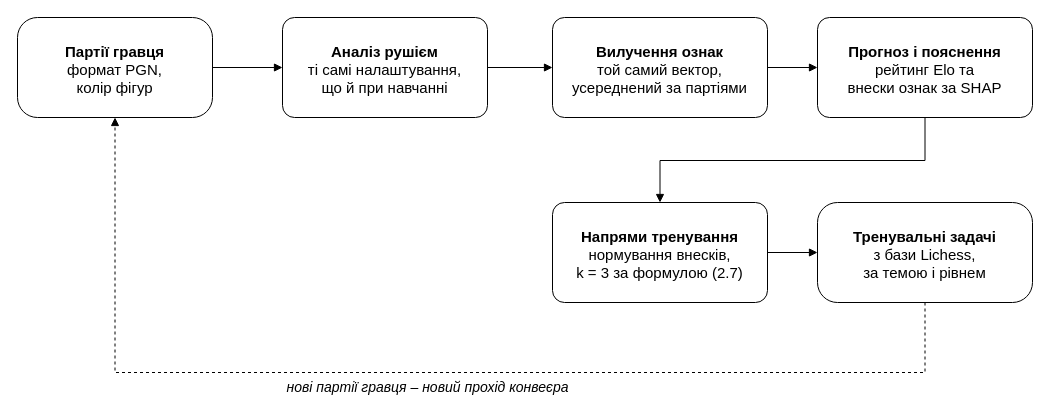
Above: results/fig_pipeline_run.drawio in Onemorelight20/chess-coach-thesis (draw.io), before the change. Source tidied: cells renumbered, new cells numbered last; positions are measured from the earlier drawing's top-left corner, leaving out a move shared by most shapes. Both pictures are drawn from the tidied source at 100%, with x=0, y=0 at pixel (17, 17).
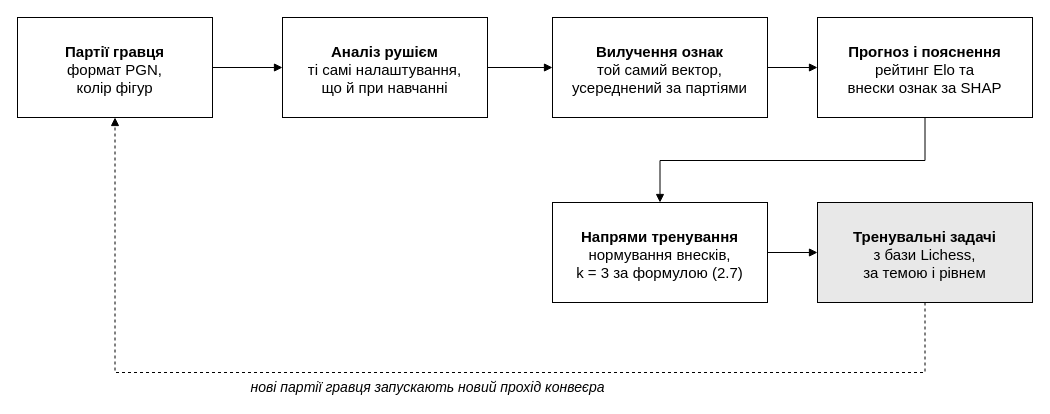
After the change.

Change to the diagram source:
```diff
@@
 <mxGraphModel background="#FFFFFF">
   <root>
     <mxCell id="0" />
     <mxCell id="1" parent="0" />
-    <mxCell id="2" value="&lt;b&gt;Партії гравця&lt;/b&gt;&lt;br&gt;формат PGN,&lt;br&gt;колір фігур" style="rounded=1;arcSize=20;whiteSpace=wrap;html=1;fillColor=#FFFFFF;strokeColor=#000000;fontColor=#000000;fontSize=15;spacingTop=4;" parent="1" vertex="1">
+    <mxCell id="2" value="&lt;b&gt;Партії гравця&lt;/b&gt;&lt;br&gt;формат PGN,&lt;br&gt;колір фігур" style="rounded=0;whiteSpace=wrap;html=1;fillColor=#FFFFFF;strokeColor=#000000;fontColor=#000000;fontSize=15;spacingTop=4;" parent="1" vertex="1">
       <mxGeometry width="195" height="100" as="geometry" />
     </mxCell>
-    <mxCell id="3" value="&lt;b&gt;Аналіз рушієм&lt;/b&gt;&lt;br&gt;ті самі налаштування,&lt;br&gt;що й при навчанні" style="rounded=1;arcSize=12;whiteSpace=wrap;html=1;fillColor=#FFFFFF;strokeColor=#000000;fontColor=#000000;fontSize=15;spacingTop=4;" parent="1" vertex="1">
+    <mxCell id="3" value="&lt;b&gt;Аналіз рушієм&lt;/b&gt;&lt;br&gt;ті самі налаштування,&lt;br&gt;що й при навчанні" style="rounded=0;whiteSpace=wrap;html=1;fillColor=#FFFFFF;strokeColor=#000000;fontColor=#000000;fontSize=15;spacingTop=4;" parent="1" vertex="1">
       <mxGeometry x="265" width="205" height="100" as="geometry" />
     </mxCell>
-    <mxCell id="4" value="&lt;b&gt;Вилучення ознак&lt;/b&gt;&lt;br&gt;той самий вектор,&lt;br&gt;усереднений за партіями" style="rounded=1;arcSize=12;whiteSpace=wrap;html=1;fillColor=#FFFFFF;strokeColor=#000000;fontColor=#000000;fontSize=15;spacingTop=4;" parent="1" vertex="1">
+    <mxCell id="4" value="&lt;b&gt;Вилучення ознак&lt;/b&gt;&lt;br&gt;той самий вектор,&lt;br&gt;усереднений за партіями" style="rounded=0;whiteSpace=wrap;html=1;fillColor=#FFFFFF;strokeColor=#000000;fontColor=#000000;fontSize=15;spacingTop=4;" parent="1" vertex="1">
       <mxGeometry x="535" width="215" height="100" as="geometry" />
     </mxCell>
-    <mxCell id="5" value="&lt;b&gt;Прогноз і пояснення&lt;/b&gt;&lt;br&gt;рейтинг Elo та&lt;br&gt;внески ознак за SHAP" style="rounded=1;arcSize=12;whiteSpace=wrap;html=1;fillColor=#FFFFFF;strokeColor=#000000;fontColor=#000000;fontSize=15;spacingTop=4;" parent="1" vertex="1">
+    <mxCell id="5" value="&lt;b&gt;Прогноз і пояснення&lt;/b&gt;&lt;br&gt;рейтинг Elo та&lt;br&gt;внески ознак за SHAP" style="rounded=0;whiteSpace=wrap;html=1;fillColor=#FFFFFF;strokeColor=#000000;fontColor=#000000;fontSize=15;spacingTop=4;" parent="1" vertex="1">
       <mxGeometry x="800" width="215" height="100" as="geometry" />
     </mxCell>
-    <mxCell id="6" value="&lt;b&gt;Напрями тренування&lt;/b&gt;&lt;br&gt;нормування внесків,&lt;br&gt;k = 3 за формулою (2.7)" style="rounded=1;arcSize=12;whiteSpace=wrap;html=1;fillColor=#FFFFFF;strokeColor=#000000;fontColor=#000000;fontSize=15;spacingTop=4;" parent="1" vertex="1">
+    <mxCell id="6" value="&lt;b&gt;Напрями тренування&lt;/b&gt;&lt;br&gt;нормування внесків,&lt;br&gt;k = 3 за формулою (2.7)" style="rounded=0;whiteSpace=wrap;html=1;fillColor=#FFFFFF;strokeColor=#000000;fontColor=#000000;fontSize=15;spacingTop=4;" parent="1" vertex="1">
       <mxGeometry x="535" y="185" width="215" height="100" as="geometry" />
     </mxCell>
-    <mxCell id="7" value="&lt;b&gt;Тренувальні задачі&lt;/b&gt;&lt;br&gt;з бази Lichess,&lt;br&gt;за темою і рівнем" style="rounded=1;arcSize=20;whiteSpace=wrap;html=1;fillColor=#FFFFFF;strokeColor=#000000;fontColor=#000000;fontSize=15;spacingTop=4;" parent="1" vertex="1">
+    <mxCell id="7" value="&lt;b&gt;Тренувальні задачі&lt;/b&gt;&lt;br&gt;з бази Lichess,&lt;br&gt;за темою і рівнем" style="rounded=0;whiteSpace=wrap;html=1;fillColor=#E8E8E8;strokeColor=#000000;fontColor=#000000;fontSize=15;spacingTop=4;" parent="1" vertex="1">
       <mxGeometry x="800" y="185" width="215" height="100" as="geometry" />
     </mxCell>
     <mxCell id="8" style="edgeStyle=orthogonalEdgeStyle;rounded=0;html=1;endArrow=block;endFill=1;strokeColor=#000000;" parent="1" edge="1" source="2" target="3">
       <mxGeometry relative="1" as="geometry" />
     </mxCell>
     <mxCell id="9" style="edgeStyle=orthogonalEdgeStyle;rounded=0;html=1;endArrow=block;endFill=1;strokeColor=#000000;" parent="1" edge="1" source="3" target="4">
       <mxGeometry relative="1" as="geometry" />
     </mxCell>
     <mxCell id="10" style="edgeStyle=orthogonalEdgeStyle;rounded=0;html=1;endArrow=block;endFill=1;strokeColor=#000000;" parent="1" edge="1" source="4" target="5">
       <mxGeometry relative="1" as="geometry" />
     </mxCell>
     <mxCell id="11" style="edgeStyle=orthogonalEdgeStyle;rounded=0;html=1;endArrow=block;endFill=1;strokeColor=#000000;exitX=0.5;exitY=1;exitDx=0;exitDy=0;entryX=0.5;entryY=0;entryDx=0;entryDy=0;" parent="1" edge="1" source="5" target="6">
       <mxGeometry relative="1" as="geometry">
         <Array as="points">
           <mxPoint x="907" y="143" />
           <mxPoint x="642" y="143" />
         </Array>
       </mxGeometry>
     </mxCell>
     <mxCell id="12" style="edgeStyle=orthogonalEdgeStyle;rounded=0;html=1;endArrow=block;endFill=1;strokeColor=#000000;" parent="1" edge="1" source="6" target="7">
       <mxGeometry relative="1" as="geometry" />
     </mxCell>
-    <mxCell id="13" value="нові партії гравця – новий прохід конвеєра" style="edgeStyle=orthogonalEdgeStyle;rounded=0;html=1;dashed=1;endArrow=block;endFill=1;strokeColor=#000000;fontColor=#000000;fontSize=14;fontStyle=2;verticalAlign=top;exitX=0.5;exitY=1;exitDx=0;exitDy=0;entryX=0.5;entryY=1;entryDx=0;entryDy=0;" parent="1" edge="1" source="7" target="2">
+    <mxCell id="13" value="нові партії гравця запускають новий прохід конвеєра" style="edgeStyle=orthogonalEdgeStyle;rounded=0;html=1;dashed=1;endArrow=block;endFill=1;strokeColor=#000000;fontColor=#000000;fontSize=14;fontStyle=2;verticalAlign=top;exitX=0.5;exitY=1;exitDx=0;exitDy=0;entryX=0.5;entryY=1;entryDx=0;entryDy=0;" parent="1" edge="1" source="7" target="2">
       <mxGeometry relative="1" as="geometry">
         <Array as="points">
           <mxPoint x="907" y="355" />
           <mxPoint x="97" y="355" />
         </Array>
       </mxGeometry>
     </mxCell>
   </root>
 </mxGraphModel>
```
